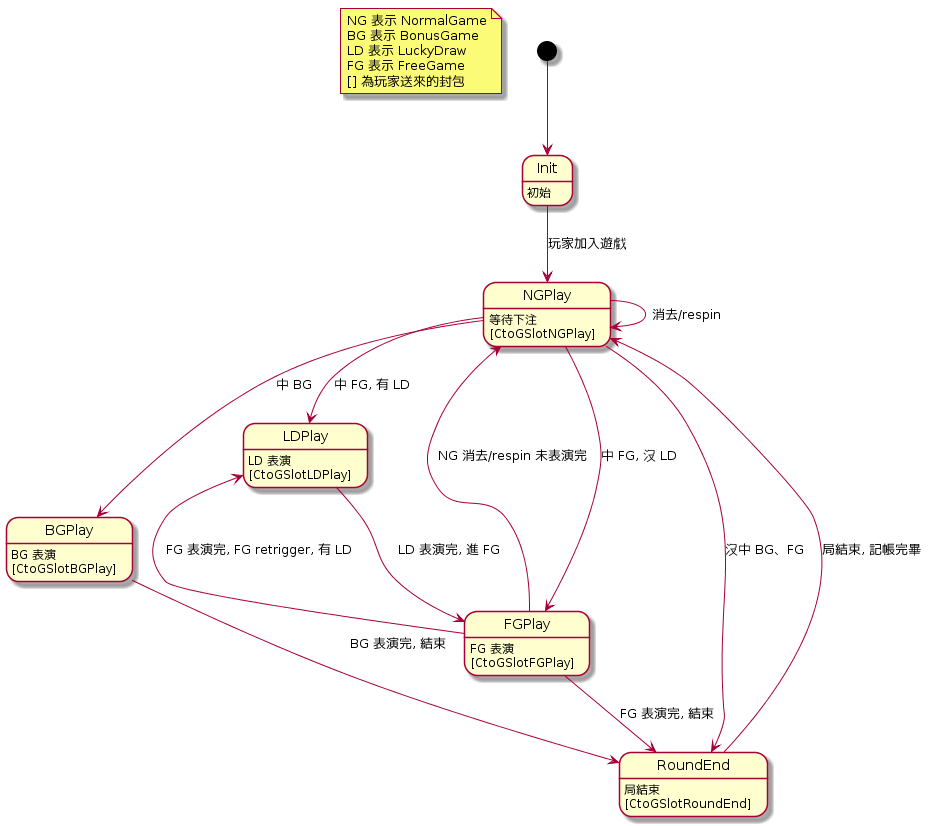
s9256001/digame keeps this PlantUML diagram as slot/RoomState.png. Above is the earlier version.
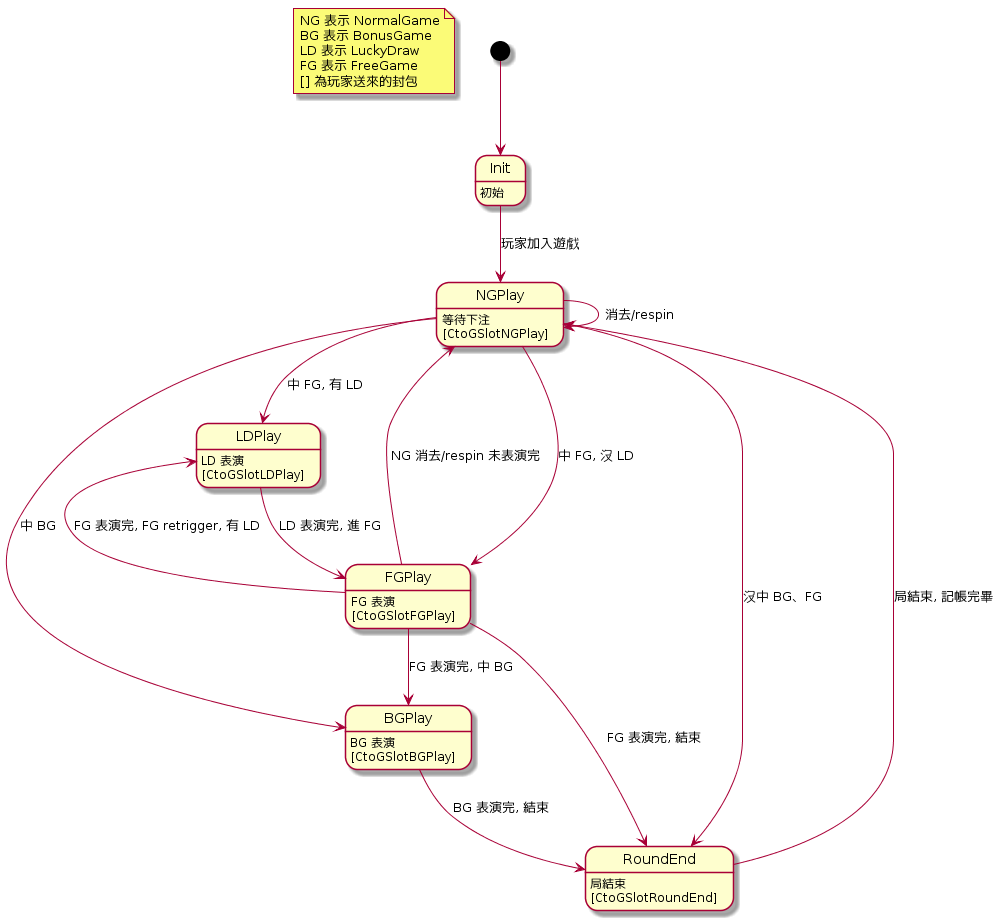
The same diagram one commit later.

Change to the diagram source:
```diff
@@ -22,6 +22,7 @@
 LDPlay --> FGPlay : LD 表演完, 進 FG
 
 FGPlay --> LDPlay : FG 表演完, FG retrigger, 有 LD
+FGPlay --> BGPlay : FG 表演完, 中 BG
 FGPlay --> RoundEnd : FG 表演完, 結束
 
 RoundEnd --> NGPlay : 局結束, 記帳完畢
```
